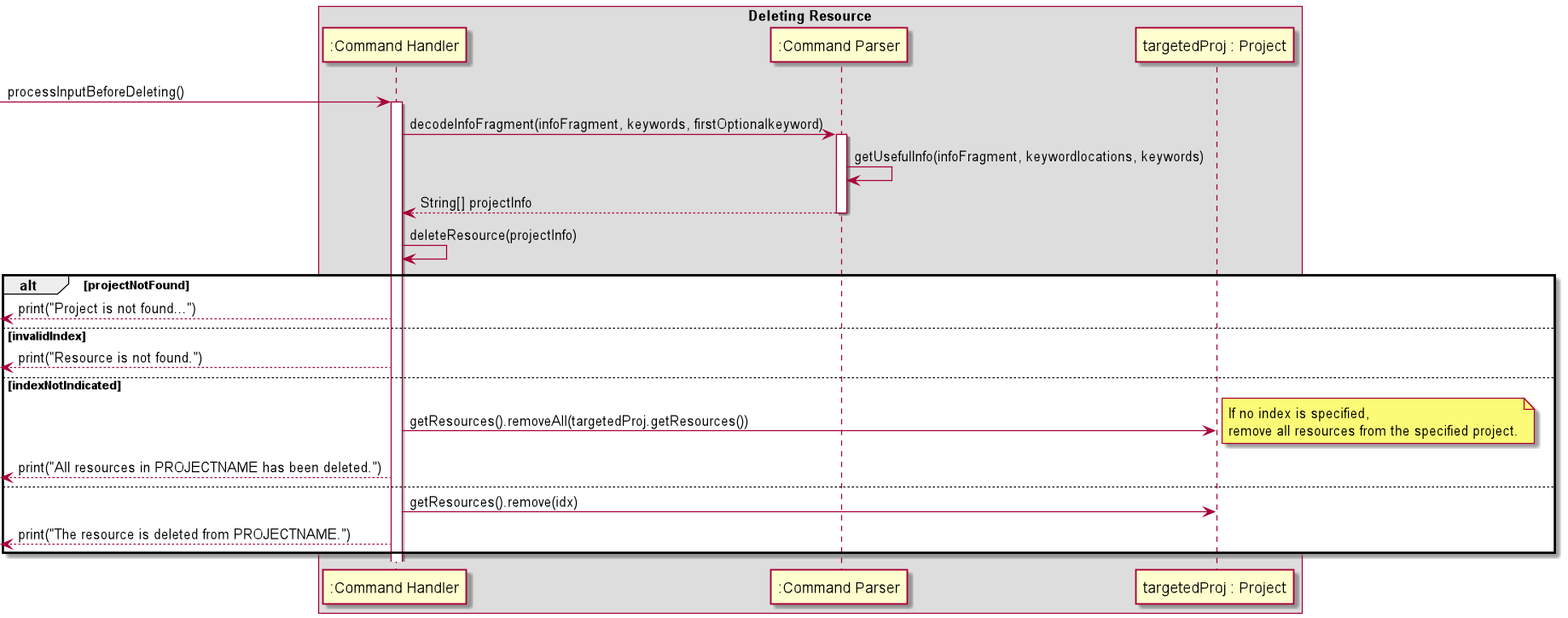
Above: docs/puml_img/deleteResource.png in s-t-e-f/tp (PlantUML), before the change.
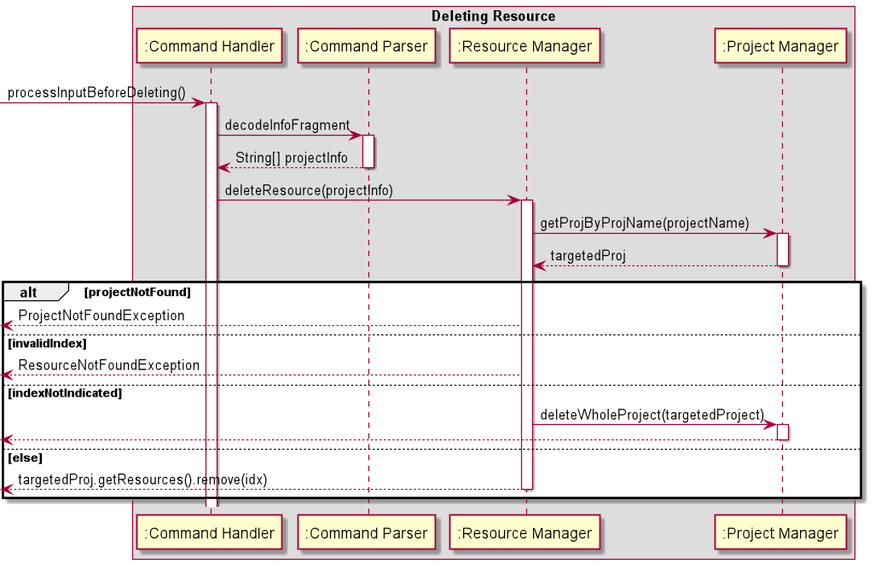
Above is the later version.

Commit message:
Updated sequence diagram for delete.

The edit, as a diff of the source:
```diff
@@ -3,42 +3,39 @@
 box Deleting Resource
 participant ":Command Handler" as CommandHandler
 participant ":Command Parser" as CommandParser
-participant "targetedProj : Project" as Project
+participant ":Resource Manager" as ResourceManager
+participant ":Project Manager" as ProjectManager
 
-end box
 
 [-> CommandHandler : processInputBeforeDeleting()
 activate CommandHandler
 
 
-CommandHandler -> CommandParser: decodeInfoFragment(infoFragment, keywords, firstOptionalkeyword)
+CommandHandler -> CommandParser: decodeInfoFragment
 activate CommandParser
-
-CommandParser-> CommandParser : getUsefulInfo(infoFragment, keywordlocations, keywords)
 CommandHandler <-- CommandParser : String[] projectInfo
 deactivate CommandParser
 
-CommandHandler -> CommandHandler : deleteResource(projectInfo)
-
+CommandHandler -> ResourceManager : deleteResource(projectInfo)
+activate ResourceManager
+ResourceManager -> ProjectManager : getProjByProjName(projectName)
+activate ProjectManager
+ResourceManager <-- ProjectManager : targetedProj
+deactivate ProjectManager
 
 alt projectNotFound
-    [<-- CommandHandler : print("Project is not found...")
+    [<-- ResourceManager : ProjectNotFoundException
+else invalidIndex
+    [<-- ResourceManager : ResourceNotFoundException
+else indexNotIndicated
+    ResourceManager -> ProjectManager: deleteWholeProject(targetedProject)
+    activate ProjectManager
+    [<-- ProjectManager :
+    deactivate ProjectManager
 
-else invalidIndex
-    [<-- CommandHandler : print("Resource is not found.")
-
-else indexNotIndicated
-    CommandHandler -> Project : getResources().removeAll(targetedProj.getResources())
-    note right
-    If no index is specified,
-    remove all resources from the specified project.
-    end note
-    [<-- CommandHandler : print("All resources in PROJECTNAME has been deleted.")
-
-else
-    CommandHandler -> Project : getResources().remove(idx)
-    [<-- CommandHandler : print("The resource is deleted from PROJECTNAME.")
-
+else else
+    [<-- ResourceManager : targetedProj.getResources().remove(idx)
+    deactivate
 end
 
 
```
